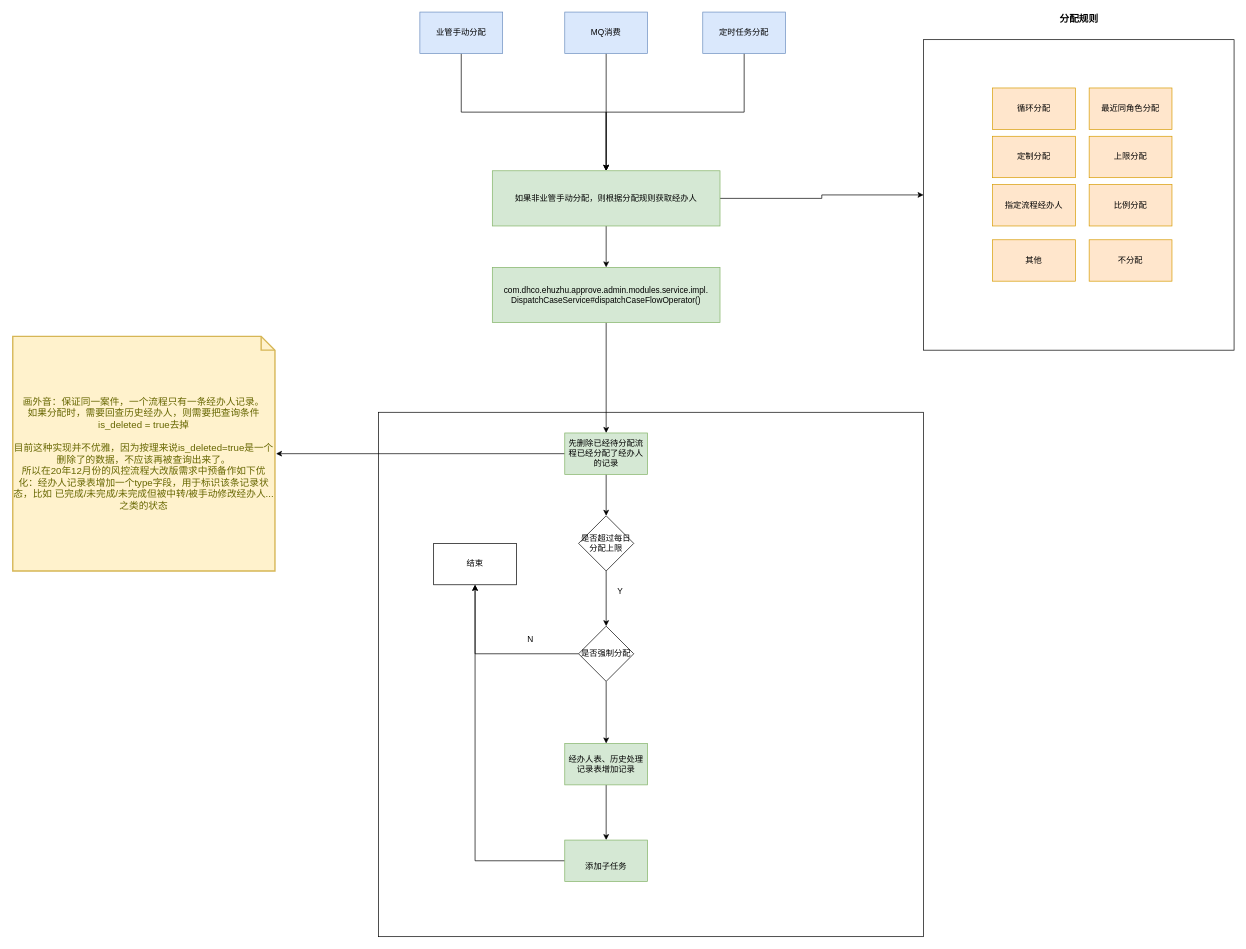
Earlier version of the draw.io diagram picture/案件分配经办人流程.drawio (canonhuu/rm). Source tidied: cells renumbered, new cells numbered last; positions are measured from the earlier drawing's top-left corner, leaving out a move shared by most shapes. Both pictures are drawn from the tidied source at 69%, with x=0, y=0 at pixel (12, 12).
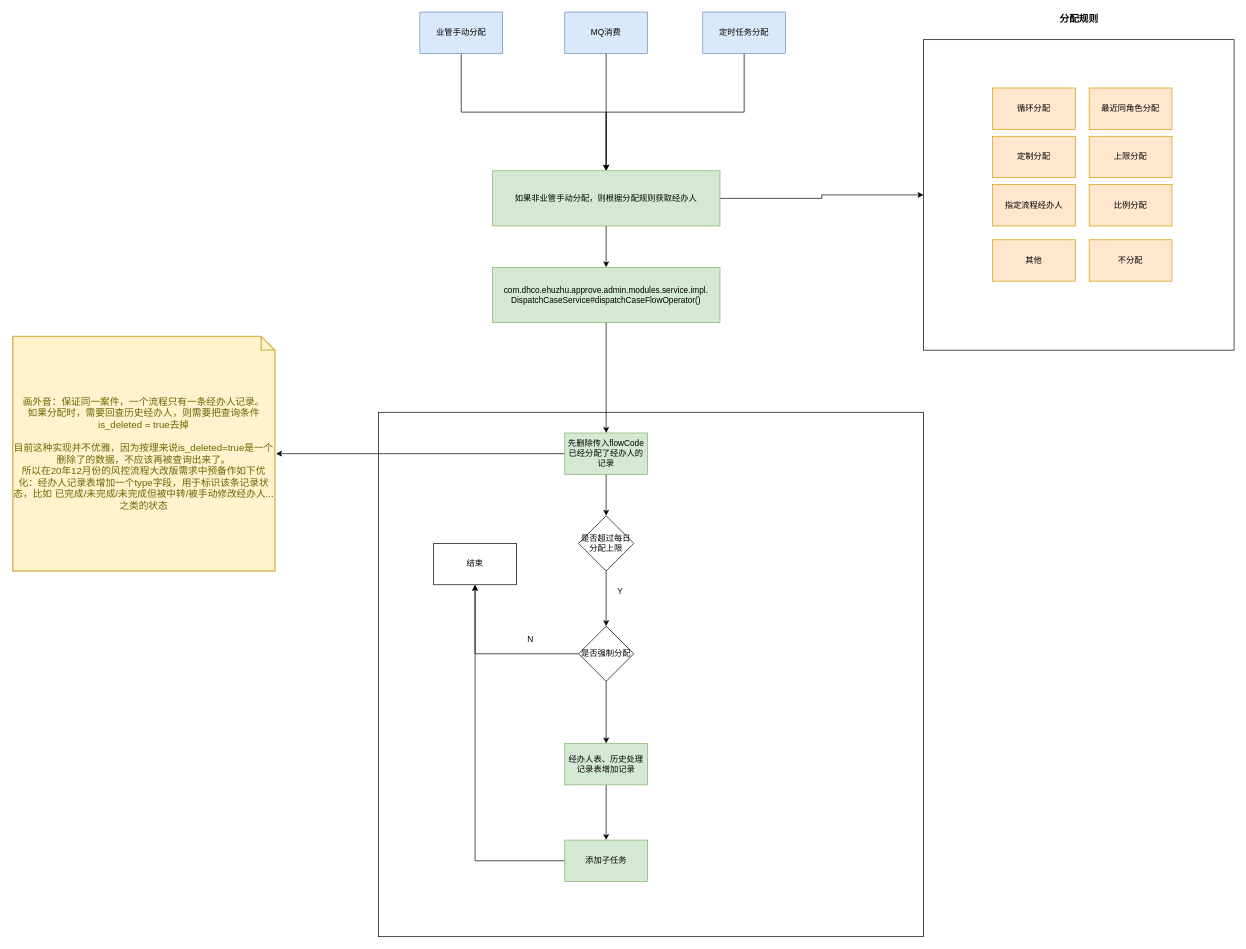
The same page after the edit.

Commit message (it also covers changes not shown here):
更新案件分配经办人流程.drawio

Diff of the diagram source:
```diff
@@
-    <mxCell id="15" value="先删除已经待分配流程已经分配了经办人的记录" style="rounded=0;whiteSpace=wrap;html=1;fillColor=#d5e8d4;strokeColor=#82b366;" parent="1" vertex="1">
+    <mxCell id="15" value="先删除传入flowCode已经分配了经办人的记录" style="rounded=0;whiteSpace=wrap;html=1;fillColor=#d5e8d4;strokeColor=#82b366;" parent="1" vertex="1">
       <mxGeometry x="800" y="610" width="120" height="60" as="geometry" />
     </mxCell>
@@
-    <mxCell id="27" value="&lt;br&gt;添加子任务&lt;br&gt;" style="whiteSpace=wrap;html=1;fillColor=#d5e8d4;strokeColor=#82b366;" parent="1" vertex="1">
+    <mxCell id="27" value="添加子任务" style="whiteSpace=wrap;html=1;fillColor=#d5e8d4;strokeColor=#82b366;" parent="1" vertex="1">
       <mxGeometry x="800" y="1200" width="120" height="60" as="geometry" />
     </mxCell>
```
